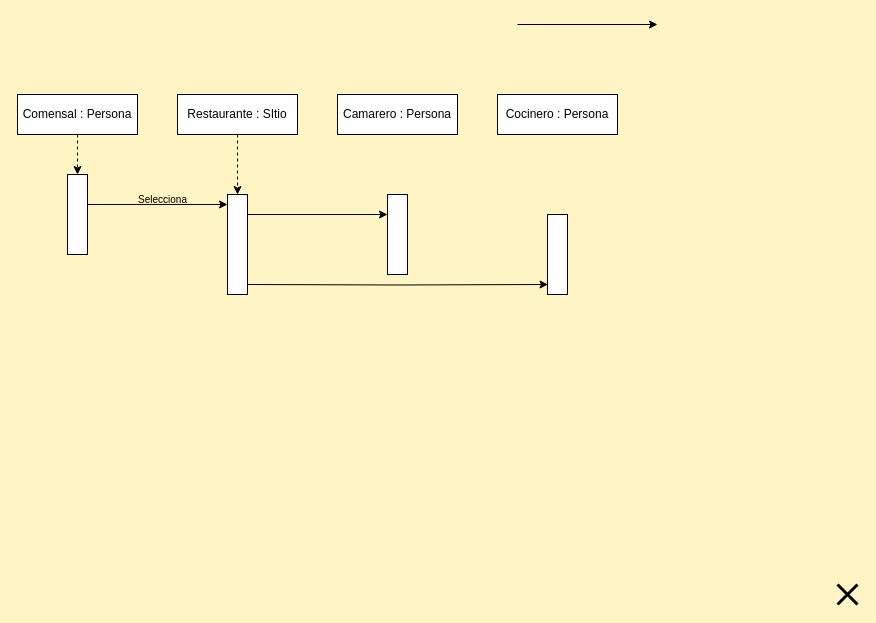
Before: 02_Entornos de desarrollo/UT_6/Ejercicios06/Ejercicios/Ejer07/Ejer07.drawio in antgomper/Curso_23-24_DAW, a draw.io diagram. Source tidied: cells renumbered, new cells numbered last; positions are measured from the earlier drawing's top-left corner, leaving out a move shared by most shapes. Both pictures are drawn from the tidied source at 100%, with x=0, y=0 at pixel (17, 24).
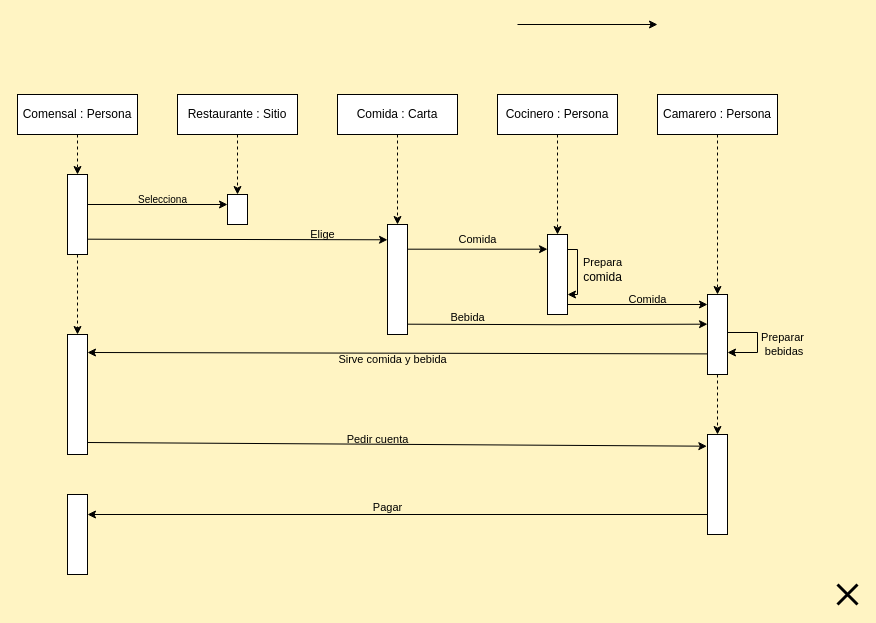
Above is the later version.

Commit message (it also covers changes not shown here):
continuo ejecicios entornos

The change refers to these unchanged cells:
```xml
<mxCell id="4" style="rounded=0;whiteSpace=wrap;html=1;" parent="1" vertex="1">
  <mxGeometry x="50" y="150" width="20" height="80" as="geometry" />
</mxCell>
<mxCell id="13" value="Cocinero : Persona" style="rounded=0;whiteSpace=wrap;html=1;" parent="1" vertex="1">
  <mxGeometry x="480" y="70" width="120" height="40" as="geometry" />
</mxCell>
```

Change to the diagram source:
```diff
@@
+    <mxCell id="18" style="edgeStyle=orthogonalEdgeStyle;rounded=0;jettySize=auto;html=1;exitX=0.5;exitY=1;exitDx=0;exitDy=0;entryX=0.5;entryY=0;entryDx=0;entryDy=0;startArrow=none;startFill=0;endArrow=classic;endFill=1;dashed=1;" parent="1" edge="1" source="4" target="30">
+      <mxGeometry relative="1" as="geometry" />
+    </mxCell>
@@
-    <mxCell id="7" value="Restaurante : SItio" style="rounded=0;whiteSpace=wrap;html=1;" parent="1" vertex="1">
+    <mxCell id="7" value="Restaurante : Sitio" style="rounded=0;whiteSpace=wrap;html=1;" parent="1" vertex="1">
       <mxGeometry x="160" y="70" width="120" height="40" as="geometry" />
     </mxCell>
     <mxCell id="8" style="rounded=0;whiteSpace=wrap;html=1;" parent="1" vertex="1">
-      <mxGeometry x="210" y="170" width="20" height="100" as="geometry" />
+      <mxGeometry x="210" y="170" width="20" height="30" as="geometry" />
     </mxCell>
@@
+    <mxCell id="19" style="edgeStyle=orthogonalEdgeStyle;rounded=0;jettySize=auto;html=1;exitX=0.5;exitY=1;exitDx=0;exitDy=0;entryX=0.5;entryY=0;entryDx=0;entryDy=0;dashed=1;" parent="1" edge="1" source="12" target="14">
+      <mxGeometry relative="1" as="geometry" />
+    </mxCell>
-    <mxCell id="12" value="Camarero : Persona" style="rounded=0;whiteSpace=wrap;html=1;" parent="1" vertex="1">
+    <mxCell id="12" value="Comida : Carta" style="rounded=0;whiteSpace=wrap;html=1;" parent="1" vertex="1">
       <mxGeometry x="320" y="70" width="120" height="40" as="geometry" />
     </mxCell>
+    <mxCell id="20" style="edgeStyle=orthogonalEdgeStyle;rounded=0;jettySize=auto;html=1;exitX=0.5;exitY=1;exitDx=0;exitDy=0;dashed=1;" parent="1" edge="1" source="13" target="15">
+      <mxGeometry relative="1" as="geometry" />
+    </mxCell>
@@
     <mxCell id="14" style="rounded=0;whiteSpace=wrap;html=1;" parent="1" vertex="1">
-      <mxGeometry x="370" y="170" width="20" height="80" as="geometry" />
+      <mxGeometry x="370" y="200" width="20" height="110" as="geometry" />
     </mxCell>
     <mxCell id="15" style="rounded=0;whiteSpace=wrap;html=1;" parent="1" vertex="1">
-      <mxGeometry x="530" y="190" width="20" height="80" as="geometry" />
+      <mxGeometry x="530" y="210" width="20" height="80" as="geometry" />
     </mxCell>
-    <mxCell id="16" style="edgeStyle=orthogonalEdgeStyle;rounded=0;orthogonalLoop=1;jettySize=auto;html=1;exitX=1;exitY=0.5;exitDx=0;exitDy=0;entryX=0;entryY=0.25;entryDx=0;entryDy=0;" parent="1" edge="1">
+    <mxCell id="16" style="rounded=0;jettySize=auto;html=1;exitX=1;exitY=0.5;exitDx=0;exitDy=0;entryX=0;entryY=0.139;entryDx=0;entryDy=0;entryPerimeter=0;" parent="1" edge="1" target="14">
       <mxGeometry relative="1" as="geometry">
-        <mxPoint x="230" y="190" as="sourcePoint" />
-        <mxPoint x="370" y="190" as="targetPoint" />
+        <mxPoint x="70" y="214.7" as="sourcePoint" />
       </mxGeometry>
     </mxCell>
-    <mxCell id="17" style="edgeStyle=orthogonalEdgeStyle;rounded=0;jettySize=auto;html=1;exitX=1;exitY=0.5;exitDx=0;exitDy=0;entryX=0.025;entryY=0.875;entryDx=0;entryDy=0;entryPerimeter=0;" parent="1" edge="1" target="15">
-      <mxGeometry relative="1" as="geometry">
-        <mxPoint x="230" y="260" as="sourcePoint" />
-      </mxGeometry>
-    </mxCell>
+    <mxCell id="21" value="&lt;font style=&quot;font-size: 11px;&quot;&gt;Elige&lt;/font&gt;" style="text;html=1;align=center;verticalAlign=middle;strokeColor=none;fillColor=none;" parent="1" vertex="1">
+      <mxGeometry x="280" y="195" width="50" height="30" as="geometry" />
+    </mxCell>
+    <mxCell id="22" style="edgeStyle=orthogonalEdgeStyle;rounded=0;orthogonalLoop=1;jettySize=auto;html=1;exitX=1;exitY=0.5;exitDx=0;exitDy=0;entryX=0;entryY=0.25;entryDx=0;entryDy=0;startArrow=none;startFill=0;endArrow=classic;endFill=1;" parent="1" edge="1">
+      <mxGeometry relative="1" as="geometry">
+        <mxPoint x="390" y="224.7" as="sourcePoint" />
+        <mxPoint x="530" y="224.7" as="targetPoint" />
+      </mxGeometry>
+    </mxCell>
+    <mxCell id="23" style="edgeStyle=orthogonalEdgeStyle;rounded=0;jettySize=auto;html=1;exitX=0.5;exitY=1;exitDx=0;exitDy=0;entryX=0.5;entryY=0;entryDx=0;entryDy=0;dashed=1;" parent="1" edge="1" source="24" target="26">
+      <mxGeometry relative="1" as="geometry" />
+    </mxCell>
+    <mxCell id="24" value="Camarero : Persona" style="rounded=0;whiteSpace=wrap;html=1;" parent="1" vertex="1">
+      <mxGeometry x="640" y="70" width="120" height="40" as="geometry" />
+    </mxCell>
+    <mxCell id="25" style="edgeStyle=orthogonalEdgeStyle;rounded=0;jettySize=auto;html=1;exitX=0.5;exitY=1;exitDx=0;exitDy=0;entryX=0.5;entryY=0;entryDx=0;entryDy=0;dashed=1;" parent="1" edge="1" source="26" target="41">
+      <mxGeometry relative="1" as="geometry" />
+    </mxCell>
+    <mxCell id="26" style="rounded=0;whiteSpace=wrap;html=1;" parent="1" vertex="1">
+      <mxGeometry x="690" y="270" width="20" height="80" as="geometry" />
+    </mxCell>
+    <mxCell id="27" style="edgeStyle=orthogonalEdgeStyle;rounded=0;orthogonalLoop=1;jettySize=auto;html=1;exitX=1;exitY=0.25;exitDx=0;exitDy=0;entryX=1;entryY=0.75;entryDx=0;entryDy=0;" parent="1" edge="1" source="15" target="15">
+      <mxGeometry relative="1" as="geometry">
+        <Array as="points">
+          <mxPoint x="550" y="225" />
+          <mxPoint x="560" y="225" />
+          <mxPoint x="560" y="270" />
+        </Array>
+      </mxGeometry>
+    </mxCell>
+    <mxCell id="28" style="edgeStyle=orthogonalEdgeStyle;rounded=0;orthogonalLoop=1;jettySize=auto;html=1;exitX=1;exitY=0.5;exitDx=0;exitDy=0;entryX=0;entryY=0.25;entryDx=0;entryDy=0;" parent="1" edge="1">
+      <mxGeometry relative="1" as="geometry">
+        <mxPoint x="550" y="280" as="sourcePoint" />
+        <mxPoint x="690" y="280" as="targetPoint" />
+      </mxGeometry>
+    </mxCell>
+    <mxCell id="29" value="&lt;div&gt;&lt;font style=&quot;font-size: 11px;&quot;&gt;Prepara&lt;/font&gt;&lt;/div&gt;comida" style="text;html=1;align=center;verticalAlign=middle;strokeColor=none;fillColor=none;" parent="1" vertex="1">
+      <mxGeometry x="555" y="225" width="60" height="40" as="geometry" />
+    </mxCell>
+    <mxCell id="30" style="rounded=0;whiteSpace=wrap;html=1;" parent="1" vertex="1">
+      <mxGeometry x="50" y="310" width="20" height="120" as="geometry" />
+    </mxCell>
+    <mxCell id="31" style="rounded=0;orthogonalLoop=1;jettySize=auto;html=1;exitX=1;exitY=0.5;exitDx=0;exitDy=0;entryX=0;entryY=0.856;entryDx=0;entryDy=0;entryPerimeter=0;startArrow=classic;startFill=1;endArrow=none;endFill=0;" parent="1" edge="1">
+      <mxGeometry relative="1" as="geometry">
+        <mxPoint x="70" y="328" as="sourcePoint" />
+        <mxPoint x="690" y="329.4" as="targetPoint" />
+      </mxGeometry>
+    </mxCell>
+    <mxCell id="32" value="&lt;font style=&quot;font-size: 11px;&quot;&gt;Sirve comida y bebida&lt;/font&gt;" style="text;html=1;align=center;verticalAlign=middle;strokeColor=none;fillColor=none;" parent="1" vertex="1">
+      <mxGeometry x="310" y="320" width="130" height="30" as="geometry" />
+    </mxCell>
+    <mxCell id="33" style="edgeStyle=orthogonalEdgeStyle;rounded=0;orthogonalLoop=1;jettySize=auto;html=1;exitX=0.5;exitY=1;exitDx=0;exitDy=0;" parent="1" edge="1" source="14" target="14">
+      <mxGeometry relative="1" as="geometry" />
+    </mxCell>
+    <mxCell id="34" style="edgeStyle=orthogonalEdgeStyle;rounded=0;jettySize=auto;html=1;exitX=1;exitY=0.5;exitDx=0;exitDy=0;entryX=0;entryY=0.371;entryDx=0;entryDy=0;entryPerimeter=0;" parent="1" edge="1" target="26">
+      <mxGeometry relative="1" as="geometry">
+        <mxPoint x="390" y="299.7" as="sourcePoint" />
+      </mxGeometry>
+    </mxCell>
+    <mxCell id="35" value="&lt;font style=&quot;font-size: 11px;&quot;&gt;Comida&lt;/font&gt;" style="text;html=1;align=center;verticalAlign=middle;strokeColor=none;fillColor=none;" parent="1" vertex="1">
+      <mxGeometry x="430" y="200" width="60" height="30" as="geometry" />
+    </mxCell>
+    <mxCell id="36" value="&lt;font style=&quot;font-size: 11px;&quot;&gt;Bebida&lt;/font&gt;" style="text;html=1;align=center;verticalAlign=middle;strokeColor=none;fillColor=none;" parent="1" vertex="1">
+      <mxGeometry x="420" y="278" width="60" height="30" as="geometry" />
+    </mxCell>
+    <mxCell id="37" style="edgeStyle=orthogonalEdgeStyle;rounded=0;orthogonalLoop=1;jettySize=auto;html=1;exitX=1;exitY=0.25;exitDx=0;exitDy=0;" parent="1" edge="1">
+      <mxGeometry relative="1" as="geometry">
+        <mxPoint x="710" y="308" as="sourcePoint" />
+        <mxPoint x="710" y="328" as="targetPoint" />
+        <Array as="points">
+          <mxPoint x="740" y="308" />
+          <mxPoint x="740" y="328" />
+        </Array>
+      </mxGeometry>
+    </mxCell>
+    <mxCell id="38" value="&lt;div style=&quot;font-size: 11px;&quot;&gt;&lt;font style=&quot;font-size: 11px;&quot;&gt;Preparar&lt;/font&gt;&lt;/div&gt;&lt;div style=&quot;font-size: 11px;&quot;&gt;&lt;font style=&quot;font-size: 11px;&quot;&gt;&amp;nbsp;bebidas&lt;/font&gt;&lt;/div&gt;" style="text;html=1;align=center;verticalAlign=middle;strokeColor=none;fillColor=none;" parent="1" vertex="1">
+      <mxGeometry x="730" y="300" width="70" height="40" as="geometry" />
+    </mxCell>
+    <mxCell id="39" value="&lt;font style=&quot;font-size: 11px;&quot;&gt;Comida&lt;/font&gt;" style="text;html=1;align=center;verticalAlign=middle;strokeColor=none;fillColor=none;" parent="1" vertex="1">
+      <mxGeometry x="600" y="260" width="60" height="30" as="geometry" />
+    </mxCell>
+    <mxCell id="40" style="edgeStyle=orthogonalEdgeStyle;rounded=0;jettySize=auto;html=1;exitX=0;exitY=0.75;exitDx=0;exitDy=0;entryX=1;entryY=0.25;entryDx=0;entryDy=0;" parent="1" edge="1" source="41" target="44">
+      <mxGeometry relative="1" as="geometry">
+        <Array as="points">
+          <mxPoint x="690" y="490" />
+        </Array>
+      </mxGeometry>
+    </mxCell>
+    <mxCell id="41" style="rounded=0;whiteSpace=wrap;html=1;" parent="1" vertex="1">
+      <mxGeometry x="690" y="410" width="20" height="100" as="geometry" />
+    </mxCell>
+    <mxCell id="42" style="rounded=0;jettySize=auto;html=1;exitX=1;exitY=0.9;exitDx=0;exitDy=0;entryX=-0.033;entryY=0.117;entryDx=0;entryDy=0;entryPerimeter=0;exitPerimeter=0;" parent="1" edge="1" source="30" target="41">
+      <mxGeometry relative="1" as="geometry" />
+    </mxCell>
+    <mxCell id="43" value="&lt;font style=&quot;font-size: 11px;&quot;&gt;Pedir cuenta&lt;/font&gt;" style="text;html=1;align=center;verticalAlign=middle;strokeColor=none;fillColor=none;" parent="1" vertex="1">
+      <mxGeometry x="320" y="400" width="80" height="30" as="geometry" />
+    </mxCell>
+    <mxCell id="44" style="rounded=0;whiteSpace=wrap;html=1;" parent="1" vertex="1">
+      <mxGeometry x="50" y="470" width="20" height="80" as="geometry" />
+    </mxCell>
+    <mxCell id="45" value="&lt;font style=&quot;font-size: 11px;&quot;&gt;Pagar&lt;/font&gt;" style="text;html=1;align=center;verticalAlign=middle;strokeColor=none;fillColor=none;" parent="1" vertex="1">
+      <mxGeometry x="345" y="468" width="50" height="30" as="geometry" />
+    </mxCell>
```
